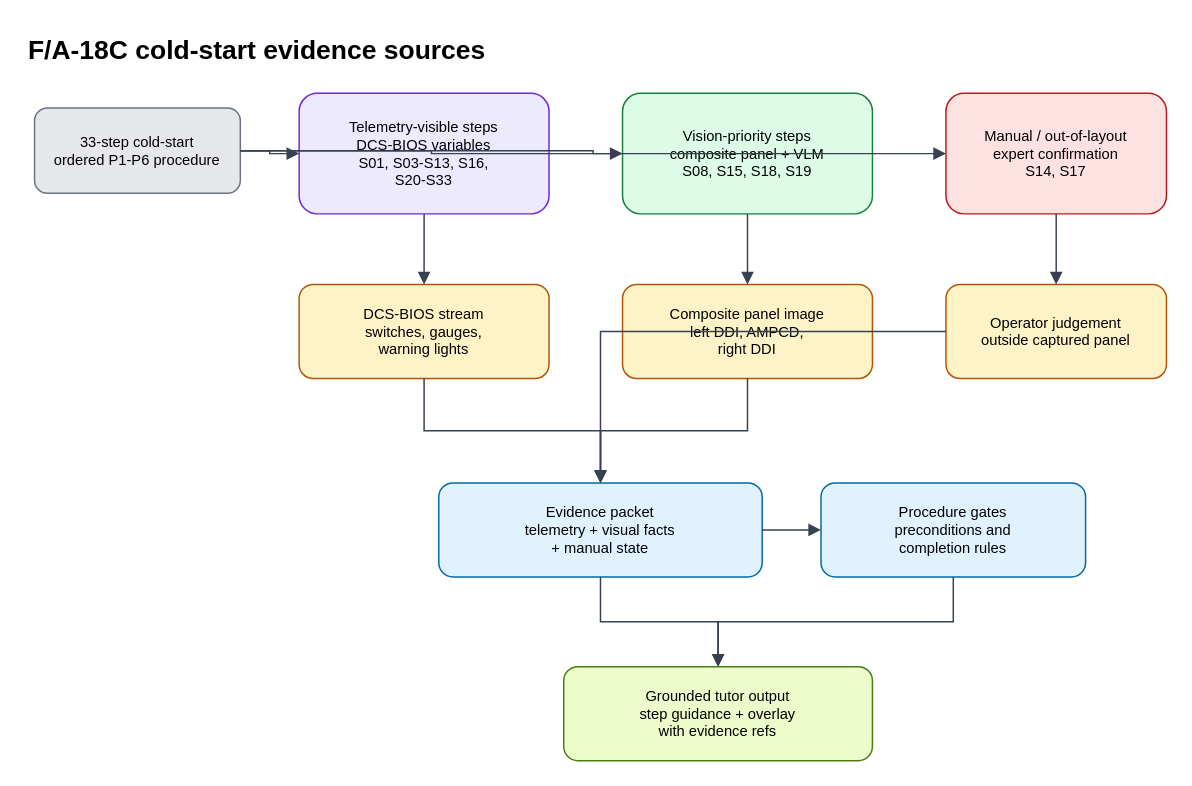
This is page "2.1 Evidence Sources" (1 of 9) of paper/figures/drawio/thesis_figures.drawio from ZombiesYard/IEFMMQ, a draw.io file, before an edit. Source tidied: cells renumbered, new cells numbered last; positions are measured from the earlier drawing's top-left corner, leaving out a move shared by most shapes. Both pictures are drawn from the tidied source at 147%, with x=0, y=0 at pixel (25, 25).
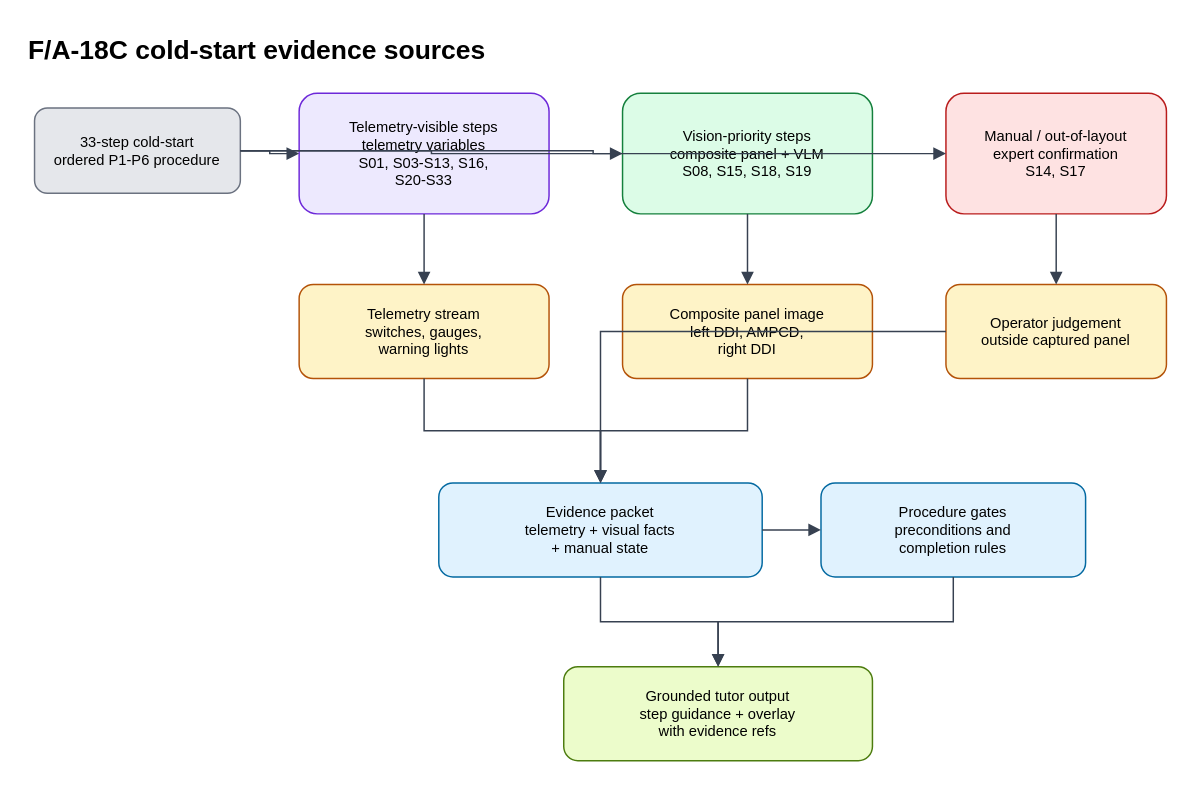
The same diagram, later.

Diff of the diagram source:
```diff
@@
-    <mxCell id="4" value="Telemetry-visible steps&lt;br&gt;DCS-BIOS variables&lt;br&gt;S01, S03-S13, S16,&lt;br&gt;S20-S33" style="rounded=1;whiteSpace=wrap;html=1;fontSize=10;fontFamily=Helvetica;fillColor=#ede9fe;strokeColor=#6d28d9;align=center;verticalAlign=middle;" parent="1" vertex="1">
+    <mxCell id="4" value="Telemetry-visible steps&lt;br&gt;telemetry variables&lt;br&gt;S01, S03-S13, S16,&lt;br&gt;S20-S33" style="rounded=1;whiteSpace=wrap;html=1;fontSize=10;fontFamily=Helvetica;fillColor=#ede9fe;strokeColor=#6d28d9;align=center;verticalAlign=middle;" parent="1" vertex="1">
       <mxGeometry x="186" y="46" width="170" height="82" as="geometry" />
     </mxCell>
@@
-    <mxCell id="7" value="DCS-BIOS stream&lt;br&gt;switches, gauges,&lt;br&gt;warning lights" style="rounded=1;whiteSpace=wrap;html=1;fontSize=10;fontFamily=Helvetica;fillColor=#fef3c7;strokeColor=#b45309;align=center;verticalAlign=middle;" parent="1" vertex="1">
+    <mxCell id="7" value="Telemetry stream&lt;br&gt;switches, gauges,&lt;br&gt;warning lights" style="rounded=1;whiteSpace=wrap;html=1;fontSize=10;fontFamily=Helvetica;fillColor=#fef3c7;strokeColor=#b45309;align=center;verticalAlign=middle;" parent="1" vertex="1">
       <mxGeometry x="186" y="176" width="170" height="64" as="geometry" />
     </mxCell>
```
